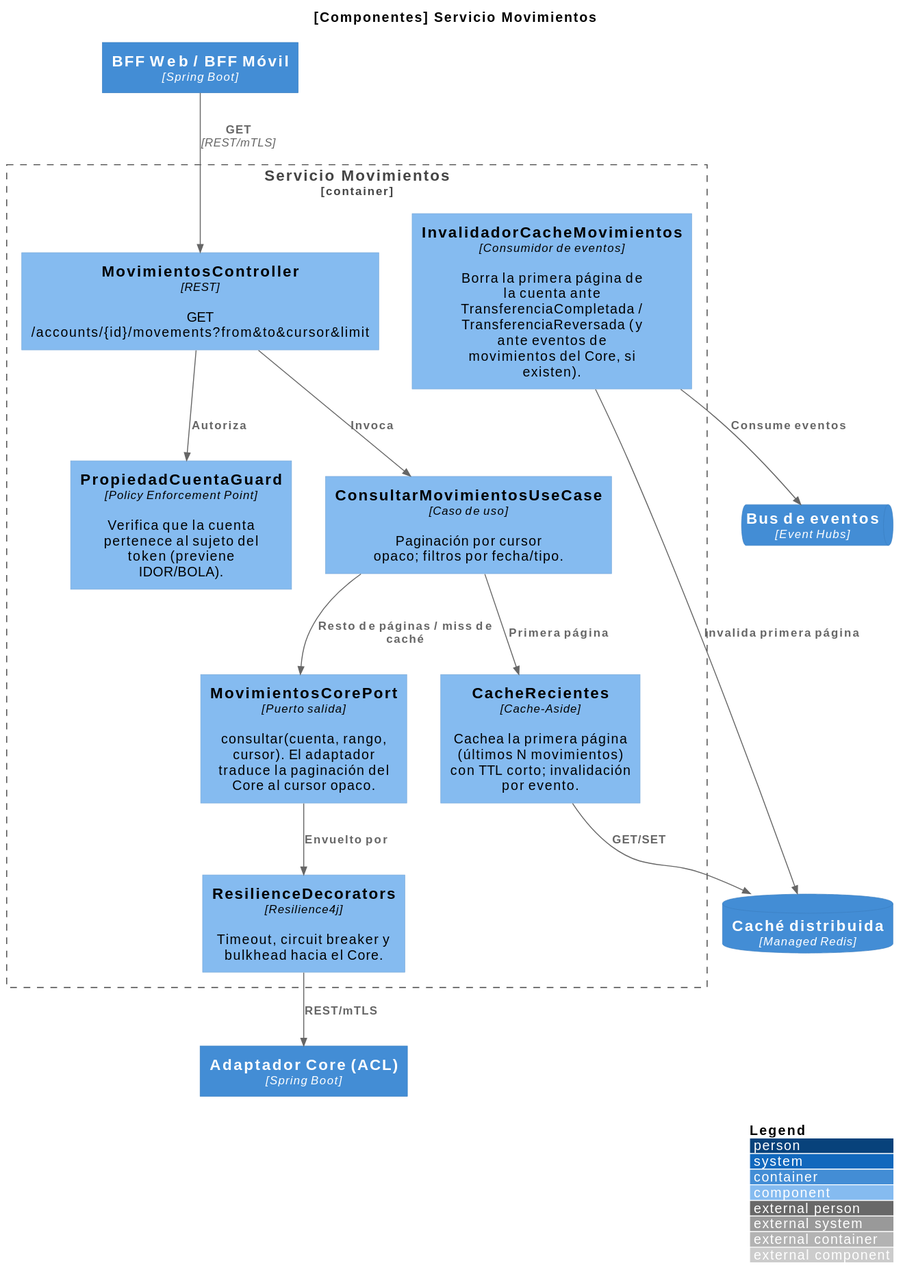
The PlantUML diagram images/Componentes-Servicio Movimientos.svg in dledesman/banca-por-internet, before a commit. The source it was exported from:
```plantuml
@startuml
!include <C4/C4_Component>
LAYOUT_WITH_LEGEND()
title [Componentes] Servicio Movimientos

Container(bff, "BFF Web / BFF Móvil", "Spring Boot")
ContainerDb(redis, "Caché distribuida", "Managed Redis")
ContainerQueue(evh, "Bus de eventos", "Event Hubs")
Container(aCore, "Adaptador Core (ACL)", "Spring Boot")

Container_Boundary(mov, "Servicio Movimientos") {
  Component(api, "MovimientosController", "REST", "GET /accounts/{id}/movements?from&to&cursor&limit")
  Component(authz, "PropiedadCuentaGuard", "Policy Enforcement Point", "Verifica que la cuenta pertenece al sujeto del token (previene IDOR/BOLA).")
  Component(uc, "ConsultarMovimientosUseCase", "Caso de uso", "Paginación por cursor opaco; filtros por fecha/tipo.")
  Component(cache, "CacheRecientes", "Cache-Aside", "Cachea la primera página (últimos N movimientos) con TTL corto; invalidación por evento.")
  Component(coreP, "MovimientosCorePort", "Puerto salida", "consultar(cuenta, rango, cursor). El adaptador traduce la paginación del Core al cursor opaco.")
  Component(res, "ResilienceDecorators", "Resilience4j", "Timeout, circuit breaker y bulkhead hacia el Core.")
  Component(inval, "InvalidadorCacheMovimientos", "Consumidor de eventos", "Borra la primera página de la cuenta ante TransferenciaCompletada / TransferenciaReversada (y ante eventos de movimientos del Core, si existen).")
}

Rel(bff, api, "GET", "REST/mTLS")
Rel(api, authz, "Autoriza")
Rel(api, uc, "Invoca")
Rel(uc, cache, "Primera página")
Rel(cache, redis, "GET/SET")
Rel(uc, coreP, "Resto de páginas / miss de caché")
Rel(coreP, res, "Envuelto por")
Rel(res, aCore, "REST/mTLS")
Rel(inval, evh, "Consume eventos")
Rel(inval, redis, "Invalida primera página")
@enduml
```
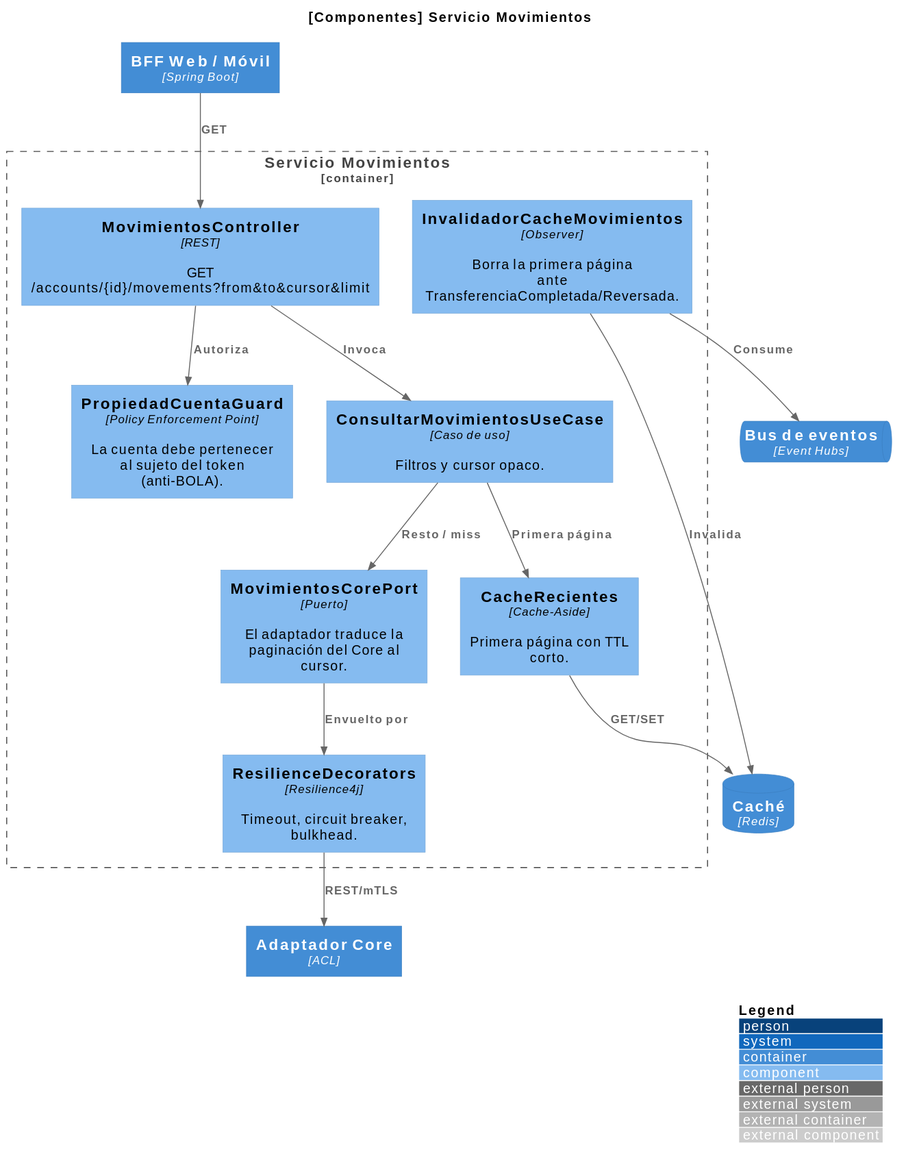
The same diagram one commit later.

Change to the diagram source:
```diff
@@ -3,29 +3,29 @@
 LAYOUT_WITH_LEGEND()
 title [Componentes] Servicio Movimientos
 
-Container(bff, "BFF Web / BFF Móvil", "Spring Boot")
-ContainerDb(redis, "Caché distribuida", "Managed Redis")
+Container(bff, "BFF Web / Móvil", "Spring Boot")
+ContainerDb(redis, "Caché", "Redis")
 ContainerQueue(evh, "Bus de eventos", "Event Hubs")
-Container(aCore, "Adaptador Core (ACL)", "Spring Boot")
+Container(aCore, "Adaptador Core", "ACL")
 
 Container_Boundary(mov, "Servicio Movimientos") {
   Component(api, "MovimientosController", "REST", "GET /accounts/{id}/movements?from&to&cursor&limit")
-  Component(authz, "PropiedadCuentaGuard", "Policy Enforcement Point", "Verifica que la cuenta pertenece al sujeto del token (previene IDOR/BOLA).")
-  Component(uc, "ConsultarMovimientosUseCase", "Caso de uso", "Paginación por cursor opaco; filtros por fecha/tipo.")
-  Component(cache, "CacheRecientes", "Cache-Aside", "Cachea la primera página (últimos N movimientos) con TTL corto; invalidación por evento.")
-  Component(coreP, "MovimientosCorePort", "Puerto salida", "consultar(cuenta, rango, cursor). El adaptador traduce la paginación del Core al cursor opaco.")
-  Component(res, "ResilienceDecorators", "Resilience4j", "Timeout, circuit breaker y bulkhead hacia el Core.")
-  Component(inval, "InvalidadorCacheMovimientos", "Consumidor de eventos", "Borra la primera página de la cuenta ante TransferenciaCompletada / TransferenciaReversada (y ante eventos de movimientos del Core, si existen).")
+  Component(authz, "PropiedadCuentaGuard", "Policy Enforcement Point", "La cuenta debe pertenecer al sujeto del token (anti-BOLA).")
+  Component(uc, "ConsultarMovimientosUseCase", "Caso de uso", "Filtros y cursor opaco.")
+  Component(cache, "CacheRecientes", "Cache-Aside", "Primera página con TTL corto.")
+  Component(coreP, "MovimientosCorePort", "Puerto", "El adaptador traduce la paginación del Core al cursor.")
+  Component(res, "ResilienceDecorators", "Resilience4j", "Timeout, circuit breaker, bulkhead.")
+  Component(inval, "InvalidadorCacheMovimientos", "Observer", "Borra la primera página ante TransferenciaCompletada/Reversada.")
 }
 
-Rel(bff, api, "GET", "REST/mTLS")
+Rel(bff, api, "GET")
 Rel(api, authz, "Autoriza")
 Rel(api, uc, "Invoca")
 Rel(uc, cache, "Primera página")
 Rel(cache, redis, "GET/SET")
-Rel(uc, coreP, "Resto de páginas / miss de caché")
+Rel(uc, coreP, "Resto / miss")
 Rel(coreP, res, "Envuelto por")
 Rel(res, aCore, "REST/mTLS")
-Rel(inval, evh, "Consume eventos")
-Rel(inval, redis, "Invalida primera página")
+Rel(inval, evh, "Consume")
+Rel(inval, redis, "Invalida")
 @enduml
```
